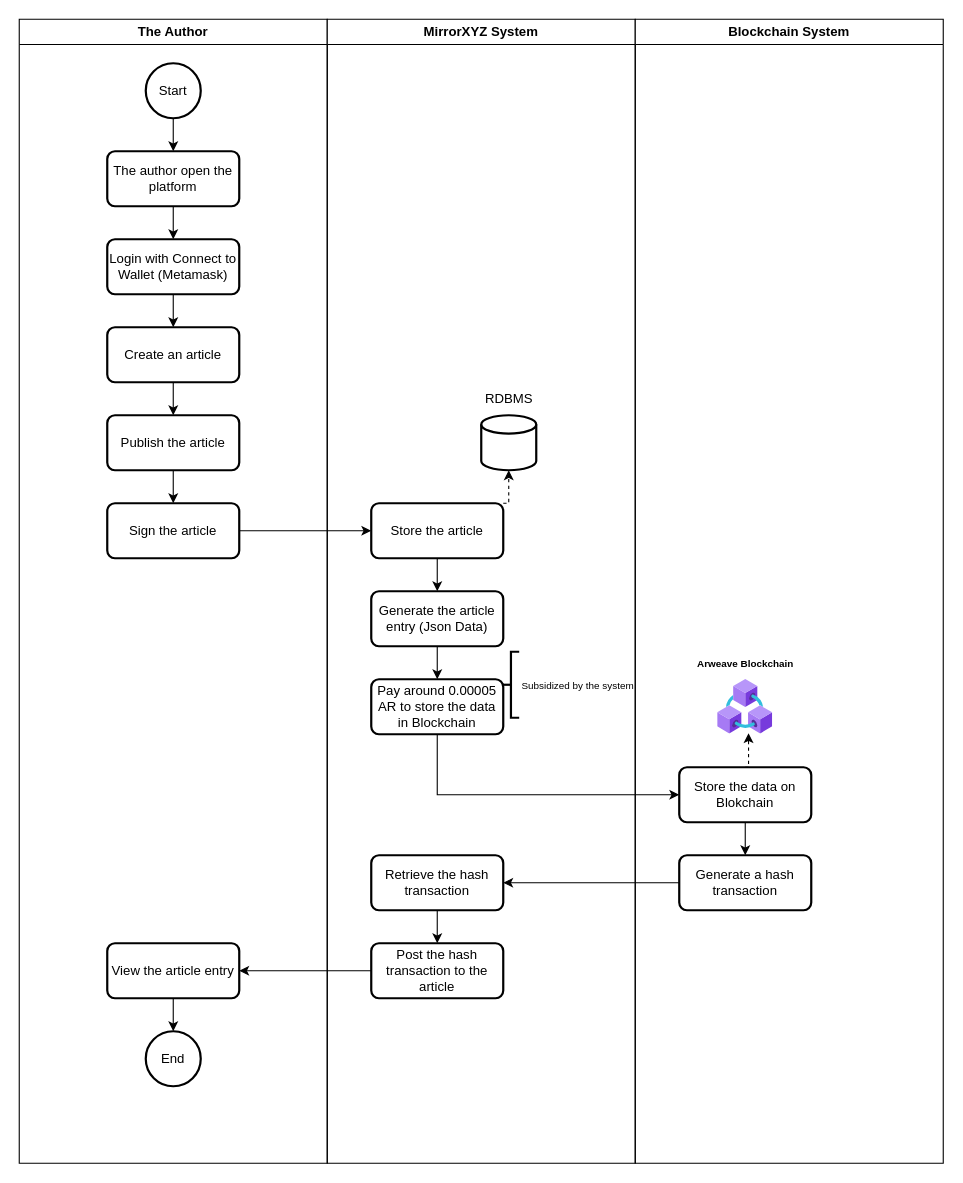
Before: Our Platform Author Workflow.drawio in hanggaa/Diagram, a draw.io diagram. Source tidied: cells renumbered, new cells numbered last; positions are measured from the earlier drawing's top-left corner, leaving out a move shared by most shapes. Both pictures are drawn from the tidied source at 110%, with x=0, y=0 at pixel (19, 19).
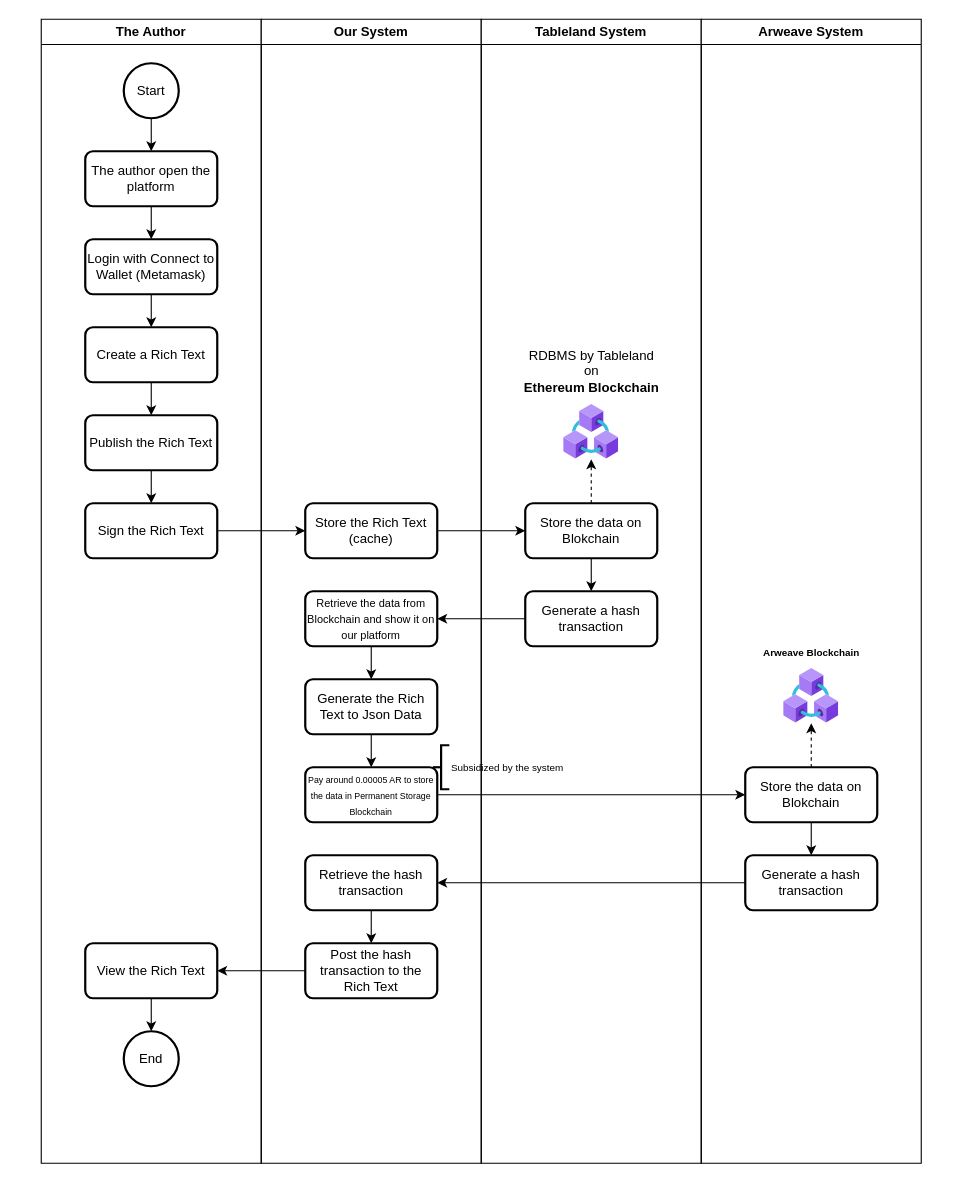
After the change.

Change to the diagram source:
```diff
@@
     <mxCell id="2" value="The Author" style="swimlane;whiteSpace=wrap;html=1;" parent="1" vertex="1">
-      <mxGeometry width="280" height="1040" as="geometry" />
+      <mxGeometry x="20" width="200" height="1040" as="geometry" />
     </mxCell>
@@
     <mxCell id="4" value="Start" style="strokeWidth=2;html=1;shape=mxgraph.flowchart.start_2;whiteSpace=wrap;" parent="2" vertex="1">
-      <mxGeometry x="115" y="40" width="50" height="50" as="geometry" />
+      <mxGeometry x="75" y="40" width="50" height="50" as="geometry" />
     </mxCell>
@@
     <mxCell id="6" value="The author open the platform" style="rounded=1;whiteSpace=wrap;html=1;absoluteArcSize=1;arcSize=14;strokeWidth=2;" parent="2" vertex="1">
-      <mxGeometry x="80" y="120" width="120" height="50" as="geometry" />
+      <mxGeometry x="40" y="120" width="120" height="50" as="geometry" />
     </mxCell>
@@
     <mxCell id="8" value="Login with Connect to Wallet (Metamask)" style="rounded=1;whiteSpace=wrap;html=1;absoluteArcSize=1;arcSize=14;strokeWidth=2;" parent="2" vertex="1">
-      <mxGeometry x="80" y="200" width="120" height="50" as="geometry" />
+      <mxGeometry x="40" y="200" width="120" height="50" as="geometry" />
     </mxCell>
@@
-    <mxCell id="10" value="Create an article" style="rounded=1;whiteSpace=wrap;html=1;absoluteArcSize=1;arcSize=14;strokeWidth=2;" parent="2" vertex="1">
-      <mxGeometry x="80" y="280" width="120" height="50" as="geometry" />
+    <mxCell id="10" value="Create a Rich Text" style="rounded=1;whiteSpace=wrap;html=1;absoluteArcSize=1;arcSize=14;strokeWidth=2;" parent="2" vertex="1">
+      <mxGeometry x="40" y="280" width="120" height="50" as="geometry" />
     </mxCell>
@@
-    <mxCell id="12" value="Publish the article" style="rounded=1;whiteSpace=wrap;html=1;absoluteArcSize=1;arcSize=14;strokeWidth=2;" parent="2" vertex="1">
-      <mxGeometry x="80" y="360" width="120" height="50" as="geometry" />
+    <mxCell id="12" value="Publish the Rich Text" style="rounded=1;whiteSpace=wrap;html=1;absoluteArcSize=1;arcSize=14;strokeWidth=2;" parent="2" vertex="1">
+      <mxGeometry x="40" y="360" width="120" height="50" as="geometry" />
     </mxCell>
-    <mxCell id="13" value="Sign the article" style="rounded=1;whiteSpace=wrap;html=1;absoluteArcSize=1;arcSize=14;strokeWidth=2;" parent="2" vertex="1">
-      <mxGeometry x="80" y="440" width="120" height="50" as="geometry" />
+    <mxCell id="13" value="Sign the Rich Text" style="rounded=1;whiteSpace=wrap;html=1;absoluteArcSize=1;arcSize=14;strokeWidth=2;" parent="2" vertex="1">
+      <mxGeometry x="40" y="440" width="120" height="50" as="geometry" />
     </mxCell>
@@
-    <mxCell id="15" value="View the article entry" style="rounded=1;whiteSpace=wrap;html=1;absoluteArcSize=1;arcSize=14;strokeWidth=2;" parent="2" vertex="1">
-      <mxGeometry x="80" y="840" width="120" height="50" as="geometry" />
+    <mxCell id="15" value="View the Rich Text" style="rounded=1;whiteSpace=wrap;html=1;absoluteArcSize=1;arcSize=14;strokeWidth=2;" parent="2" vertex="1">
+      <mxGeometry x="40" y="840" width="120" height="50" as="geometry" />
     </mxCell>
     <mxCell id="16" value="End" style="strokeWidth=2;html=1;shape=mxgraph.flowchart.start_2;whiteSpace=wrap;" parent="2" vertex="1">
-      <mxGeometry x="115" y="920" width="50" height="50" as="geometry" />
+      <mxGeometry x="75" y="920" width="50" height="50" as="geometry" />
     </mxCell>
-    <mxCell id="17" value="MirrorXYZ System" style="swimlane;whiteSpace=wrap;html=1;" parent="1" vertex="1">
-      <mxGeometry x="280" width="280" height="1040" as="geometry" />
+    <mxCell id="17" value="Our System" style="swimlane;whiteSpace=wrap;html=1;" parent="1" vertex="1">
+      <mxGeometry x="220" width="200" height="1040" as="geometry" />
     </mxCell>
-    <mxCell id="18" style="edgeStyle=orthogonalEdgeStyle;rounded=0;jettySize=auto;html=1;exitX=1;exitY=0;exitDx=0;exitDy=0;entryX=0.5;entryY=1;entryDx=0;entryDy=0;entryPerimeter=0;dashed=1;" parent="17" edge="1" source="20" target="21">
-      <mxGeometry relative="1" as="geometry" />
-    </mxCell>
-    <mxCell id="19" style="edgeStyle=orthogonalEdgeStyle;rounded=0;jettySize=auto;html=1;exitX=0.5;exitY=1;exitDx=0;exitDy=0;entryX=0.5;entryY=0;entryDx=0;entryDy=0;" parent="17" edge="1" source="20" target="24">
-      <mxGeometry relative="1" as="geometry" />
-    </mxCell>
-    <mxCell id="20" value="Store the article" style="rounded=1;whiteSpace=wrap;html=1;absoluteArcSize=1;arcSize=14;strokeWidth=2;" parent="17" vertex="1">
+    <mxCell id="20" value="Store the Rich Text (cache)" style="rounded=1;whiteSpace=wrap;html=1;absoluteArcSize=1;arcSize=14;strokeWidth=2;" parent="17" vertex="1">
       <mxGeometry x="40" y="440" width="120" height="50" as="geometry" />
     </mxCell>
-    <mxCell id="21" style="strokeWidth=2;html=1;shape=mxgraph.flowchart.database;whiteSpace=wrap;" parent="17" vertex="1">
-      <mxGeometry x="140" y="360" width="50" height="50" as="geometry" />
-    </mxCell>
-    <mxCell id="22" value="RDBMS" style="text;html=1;align=center;verticalAlign=middle;strokeColor=none;fillColor=none;" parent="17" vertex="1">
-      <mxGeometry x="130" y="330" width="70" height="30" as="geometry" />
-    </mxCell>
@@
-    <mxCell id="24" value="Generate the article entry (Json Data)" style="rounded=1;whiteSpace=wrap;html=1;absoluteArcSize=1;arcSize=14;strokeWidth=2;" parent="17" vertex="1">
+    <mxCell id="24" value="&lt;font style=&quot;font-size: 10px;&quot;&gt;Retrieve the data from Blockchain and show it on our platform&lt;/font&gt;" style="rounded=1;whiteSpace=wrap;html=1;absoluteArcSize=1;arcSize=14;strokeWidth=2;" parent="17" vertex="1">
       <mxGeometry x="40" y="520" width="120" height="50" as="geometry" />
     </mxCell>
+    <mxCell id="41" style="edgeStyle=orthogonalEdgeStyle;rounded=0;jettySize=auto;html=1;exitX=0.5;exitY=1;exitDx=0;exitDy=0;entryX=0.5;entryY=0;entryDx=0;entryDy=0;fontSize=8;" parent="17" edge="1" source="25" target="42">
+      <mxGeometry relative="1" as="geometry" />
+    </mxCell>
-    <mxCell id="25" value="Pay around 0.00005 AR to store the data in Blockchain" style="rounded=1;whiteSpace=wrap;html=1;absoluteArcSize=1;arcSize=14;strokeWidth=2;" parent="17" vertex="1">
+    <mxCell id="25" value="Generate the Rich Text to Json Data" style="rounded=1;whiteSpace=wrap;html=1;absoluteArcSize=1;arcSize=14;strokeWidth=2;" parent="17" vertex="1">
       <mxGeometry x="40" y="600" width="120" height="50" as="geometry" />
     </mxCell>
-    <mxCell id="26" value="&lt;font style=&quot;font-size: 9px;&quot;&gt;Subsidized by the system&lt;/font&gt;" style="strokeWidth=2;html=1;shape=mxgraph.flowchart.annotation_2;align=left;labelPosition=right;rotation=0;" parent="17" vertex="1">
-      <mxGeometry x="159.5" y="575" width="15" height="60" as="geometry" />
-    </mxCell>
@@
-    <mxCell id="29" value="Post the hash transaction to the article" style="rounded=1;whiteSpace=wrap;html=1;absoluteArcSize=1;arcSize=14;strokeWidth=2;" parent="17" vertex="1">
+    <mxCell id="29" value="Post the hash transaction to the Rich Text" style="rounded=1;whiteSpace=wrap;html=1;absoluteArcSize=1;arcSize=14;strokeWidth=2;" parent="17" vertex="1">
       <mxGeometry x="40" y="840" width="120" height="50" as="geometry" />
     </mxCell>
+    <mxCell id="42" value="&lt;font style=&quot;font-size: 8px;&quot;&gt;Pay around 0.00005 AR to store the data in Permanent Storage Blockchain&lt;/font&gt;" style="rounded=1;whiteSpace=wrap;html=1;absoluteArcSize=1;arcSize=14;strokeWidth=2;" parent="17" vertex="1">
+      <mxGeometry x="40" y="680" width="120" height="50" as="geometry" />
+    </mxCell>
+    <mxCell id="26" value="&lt;font style=&quot;font-size: 9px;&quot;&gt;Subsidized by the system&lt;/font&gt;" style="strokeWidth=2;html=1;shape=mxgraph.flowchart.annotation_2;align=left;labelPosition=right;rotation=0;" parent="17" vertex="1">
+      <mxGeometry x="156" y="660" width="15" height="40" as="geometry" />
+    </mxCell>
-    <mxCell id="30" value="Blockchain System" style="swimlane;whiteSpace=wrap;html=1;" parent="1" vertex="1">
-      <mxGeometry x="560" width="280" height="1040" as="geometry" />
+    <mxCell id="30" value="Tableland System" style="swimlane;whiteSpace=wrap;html=1;" parent="1" vertex="1">
+      <mxGeometry x="420" width="200" height="1040" as="geometry" />
     </mxCell>
-    <mxCell id="31" style="edgeStyle=orthogonalEdgeStyle;rounded=0;jettySize=auto;html=1;exitX=0.5;exitY=0;exitDx=0;exitDy=0;entryX=0.56;entryY=0.98;entryDx=0;entryDy=0;entryPerimeter=0;dashed=1;" parent="30" edge="1" source="33" target="34">
-      <mxGeometry relative="1" as="geometry" />
-    </mxCell>
+    <mxCell id="43" style="html=1;points=[];align=center;image;fontSize=12;image=img/lib/azure2/blockchain/Azure_Blockchain_Service.svg;" parent="30" vertex="1">
+      <mxGeometry x="75" y="350" width="50" height="50" as="geometry" />
+    </mxCell>
+    <mxCell id="22" value="RDBMS by Tableland &lt;br&gt;on &lt;br&gt;&lt;b&gt;Ethereum Blockchain&lt;/b&gt;" style="text;html=1;align=center;verticalAlign=middle;strokeColor=none;fillColor=none;" parent="30" vertex="1">
+      <mxGeometry x="25" y="290" width="150" height="60" as="geometry" />
+    </mxCell>
+    <mxCell id="44" style="edgeStyle=orthogonalEdgeStyle;rounded=0;jettySize=auto;html=1;exitX=0.5;exitY=0;exitDx=0;exitDy=0;dashed=1;" parent="30" edge="1" source="46" target="43">
+      <mxGeometry relative="1" as="geometry" />
+    </mxCell>
+    <mxCell id="45" style="edgeStyle=orthogonalEdgeStyle;rounded=0;jettySize=auto;html=1;exitX=0.5;exitY=1;exitDx=0;exitDy=0;entryX=0.5;entryY=0;entryDx=0;entryDy=0;" parent="30" edge="1" source="46" target="47">
+      <mxGeometry relative="1" as="geometry" />
+    </mxCell>
+    <mxCell id="46" value="Store the data on Blokchain" style="rounded=1;whiteSpace=wrap;html=1;absoluteArcSize=1;arcSize=14;strokeWidth=2;" parent="30" vertex="1">
+      <mxGeometry x="40" y="440" width="120" height="50" as="geometry" />
+    </mxCell>
+    <mxCell id="47" value="Generate a hash transaction" style="rounded=1;whiteSpace=wrap;html=1;absoluteArcSize=1;arcSize=14;strokeWidth=2;" parent="30" vertex="1">
+      <mxGeometry x="40" y="520" width="120" height="50" as="geometry" />
+    </mxCell>
+    <mxCell id="37" style="edgeStyle=orthogonalEdgeStyle;rounded=0;jettySize=auto;html=1;exitX=1;exitY=0.5;exitDx=0;exitDy=0;entryX=0;entryY=0.5;entryDx=0;entryDy=0;" parent="1" edge="1" source="13" target="20">
+      <mxGeometry relative="1" as="geometry" />
+    </mxCell>
+    <mxCell id="40" style="edgeStyle=orthogonalEdgeStyle;rounded=0;jettySize=auto;html=1;exitX=0;exitY=0.5;exitDx=0;exitDy=0;entryX=1;entryY=0.5;entryDx=0;entryDy=0;fontSize=9;" parent="1" edge="1" source="29" target="15">
+      <mxGeometry relative="1" as="geometry" />
+    </mxCell>
+    <mxCell id="48" value="Arweave System" style="swimlane;whiteSpace=wrap;html=1;" parent="1" vertex="1">
+      <mxGeometry x="620" width="200" height="1040" as="geometry" />
+    </mxCell>
-    <mxCell id="32" style="edgeStyle=orthogonalEdgeStyle;rounded=0;jettySize=auto;html=1;exitX=0.5;exitY=1;exitDx=0;exitDy=0;entryX=0.5;entryY=0;entryDx=0;entryDy=0;fontSize=8;" parent="30" edge="1" source="33" target="36">
+    <mxCell id="32" style="edgeStyle=orthogonalEdgeStyle;rounded=0;jettySize=auto;html=1;exitX=0.5;exitY=1;exitDx=0;exitDy=0;entryX=0.5;entryY=0;entryDx=0;entryDy=0;fontSize=8;" parent="48" edge="1" source="33" target="36">
       <mxGeometry relative="1" as="geometry" />
     </mxCell>
+    <mxCell id="49" style="edgeStyle=orthogonalEdgeStyle;rounded=0;jettySize=auto;html=1;exitX=0.5;exitY=0;exitDx=0;exitDy=0;fontSize=8;dashed=1;" parent="48" edge="1" source="33" target="50">
+      <mxGeometry relative="1" as="geometry" />
+    </mxCell>
-    <mxCell id="33" value="Store the data on Blokchain" style="rounded=1;whiteSpace=wrap;html=1;absoluteArcSize=1;arcSize=14;strokeWidth=2;" parent="30" vertex="1">
+    <mxCell id="33" value="Store the data on Blokchain" style="rounded=1;whiteSpace=wrap;html=1;absoluteArcSize=1;arcSize=14;strokeWidth=2;" parent="48" vertex="1">
       <mxGeometry x="40" y="680" width="120" height="50" as="geometry" />
     </mxCell>
-    <mxCell id="34" style="html=1;points=[];align=center;image;fontSize=12;image=img/lib/azure2/blockchain/Azure_Blockchain_Service.svg;" parent="30" vertex="1">
-      <mxGeometry x="75" y="600" width="50" height="50" as="geometry" />
-    </mxCell>
+    <mxCell id="36" value="Generate a hash transaction" style="rounded=1;whiteSpace=wrap;html=1;absoluteArcSize=1;arcSize=14;strokeWidth=2;" parent="48" vertex="1">
+      <mxGeometry x="40" y="760" width="120" height="50" as="geometry" />
+    </mxCell>
+    <mxCell id="50" style="html=1;points=[];align=center;image;fontSize=12;image=img/lib/azure2/blockchain/Azure_Blockchain_Service.svg;" parent="48" vertex="1">
+      <mxGeometry x="75" y="590" width="50" height="50" as="geometry" />
+    </mxCell>
-    <mxCell id="35" value="&lt;font style=&quot;font-size: 9px;&quot;&gt;&lt;b&gt;Arweave Blockchain&lt;/b&gt;&lt;/font&gt;" style="text;html=1;align=center;verticalAlign=middle;strokeColor=none;fillColor=none;" parent="30" vertex="1">
-      <mxGeometry x="45" y="570" width="110" height="30" as="geometry" />
+    <mxCell id="35" value="&lt;font style=&quot;font-size: 9px;&quot;&gt;&lt;b&gt;Arweave Blockchain&lt;/b&gt;&lt;/font&gt;" style="text;html=1;align=center;verticalAlign=middle;strokeColor=none;fillColor=none;" parent="48" vertex="1">
+      <mxGeometry x="45" y="560" width="110" height="30" as="geometry" />
     </mxCell>
-    <mxCell id="36" value="Generate a hash transaction" style="rounded=1;whiteSpace=wrap;html=1;absoluteArcSize=1;arcSize=14;strokeWidth=2;" parent="30" vertex="1">
-      <mxGeometry x="40" y="760" width="120" height="50" as="geometry" />
-    </mxCell>
-    <mxCell id="37" style="edgeStyle=orthogonalEdgeStyle;rounded=0;jettySize=auto;html=1;exitX=1;exitY=0.5;exitDx=0;exitDy=0;entryX=0;entryY=0.5;entryDx=0;entryDy=0;" parent="1" edge="1" source="13" target="20">
-      <mxGeometry relative="1" as="geometry" />
-    </mxCell>
-    <mxCell id="38" style="edgeStyle=orthogonalEdgeStyle;rounded=0;jettySize=auto;html=1;exitX=0.5;exitY=1;exitDx=0;exitDy=0;entryX=0;entryY=0.5;entryDx=0;entryDy=0;fontSize=8;" parent="1" edge="1" source="25" target="33">
-      <mxGeometry relative="1" as="geometry" />
-    </mxCell>
+    <mxCell id="51" style="edgeStyle=orthogonalEdgeStyle;rounded=0;jettySize=auto;html=1;exitX=1;exitY=0.5;exitDx=0;exitDy=0;entryX=0;entryY=0.5;entryDx=0;entryDy=0;" parent="1" edge="1" source="20" target="46">
+      <mxGeometry relative="1" as="geometry" />
+    </mxCell>
+    <mxCell id="52" style="edgeStyle=orthogonalEdgeStyle;rounded=0;jettySize=auto;html=1;exitX=0;exitY=0.5;exitDx=0;exitDy=0;entryX=1;entryY=0.5;entryDx=0;entryDy=0;" parent="1" edge="1" source="47" target="24">
+      <mxGeometry relative="1" as="geometry" />
+    </mxCell>
+    <mxCell id="53" style="edgeStyle=orthogonalEdgeStyle;rounded=0;jettySize=auto;html=1;exitX=1;exitY=0.5;exitDx=0;exitDy=0;entryX=0;entryY=0.5;entryDx=0;entryDy=0;fontSize=8;" parent="1" edge="1" source="42" target="33">
+      <mxGeometry relative="1" as="geometry" />
+    </mxCell>
@@
-    <mxCell id="40" style="edgeStyle=orthogonalEdgeStyle;rounded=0;jettySize=auto;html=1;exitX=0;exitY=0.5;exitDx=0;exitDy=0;entryX=1;entryY=0.5;entryDx=0;entryDy=0;fontSize=9;" parent="1" edge="1" source="29" target="15">
-      <mxGeometry relative="1" as="geometry" />
-    </mxCell>
```
